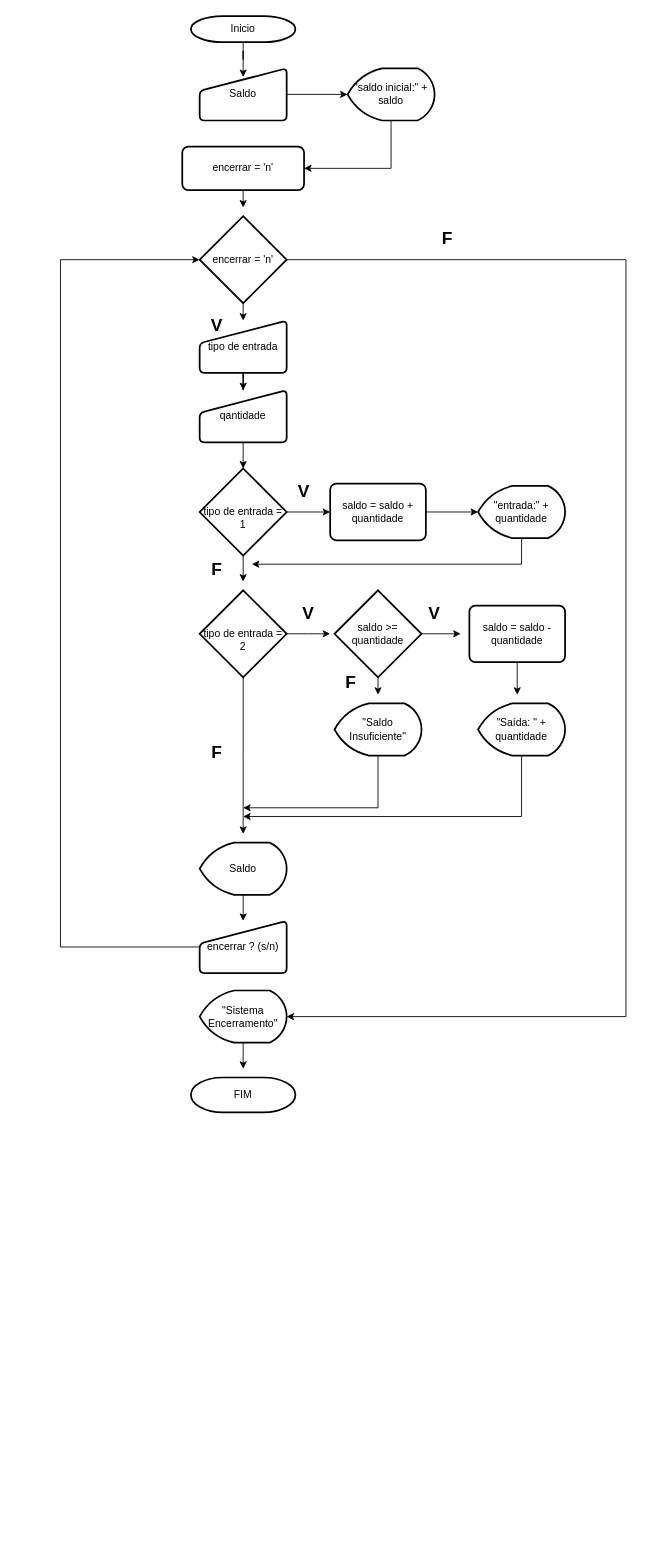
The draw.io diagram Diagrama sem nome.drawio in Brun0-ap/senai-fullstack-versoes, before the edit. Source tidied: cells renumbered, new cells numbered last; positions are measured from the earlier drawing's top-left corner, leaving out a move shared by most shapes. Both pictures are drawn from the tidied source at 87%, with x=0, y=0 at pixel (60, 16).
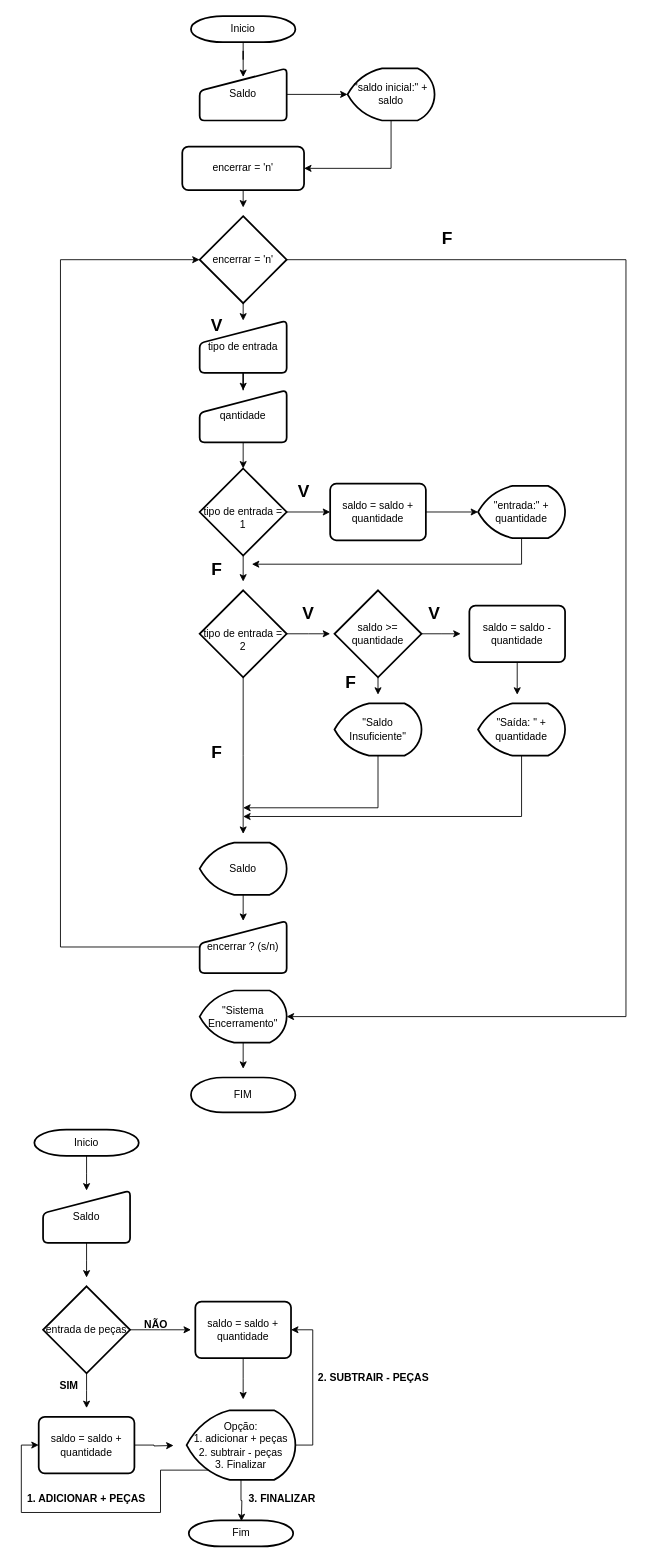
Above is the later version.

What changed in the source:
```diff
@@
+    <mxCell id="51" style="edgeStyle=orthogonalEdgeStyle;rounded=0;jettySize=auto;html=1;exitX=0.5;exitY=1;exitDx=0;exitDy=0;exitPerimeter=0;" parent="1" edge="1" source="52">
+      <mxGeometry relative="1" as="geometry">
+        <mxPoint x="30" y="1350" as="targetPoint" />
+      </mxGeometry>
+    </mxCell>
+    <mxCell id="52" value="Inicio" style="strokeWidth=2;html=1;shape=mxgraph.flowchart.terminator;whiteSpace=wrap;" parent="1" vertex="1">
+      <mxGeometry x="-30" y="1280" width="120" height="30" as="geometry" />
+    </mxCell>
+    <mxCell id="53" style="edgeStyle=orthogonalEdgeStyle;rounded=0;jettySize=auto;html=1;exitX=0.5;exitY=1;exitDx=0;exitDy=0;" parent="1" edge="1" source="54">
+      <mxGeometry relative="1" as="geometry">
+        <mxPoint x="30" y="1450" as="targetPoint" />
+      </mxGeometry>
+    </mxCell>
+    <mxCell id="54" value="Saldo" style="html=1;strokeWidth=2;shape=manualInput;whiteSpace=wrap;rounded=1;size=26;arcSize=11;" parent="1" vertex="1">
+      <mxGeometry x="-20" y="1350" width="100" height="60" as="geometry" />
+    </mxCell>
+    <mxCell id="55" style="edgeStyle=orthogonalEdgeStyle;rounded=0;jettySize=auto;html=1;" parent="1" edge="1" source="57">
+      <mxGeometry relative="1" as="geometry">
+        <mxPoint x="150" y="1510" as="targetPoint" />
+      </mxGeometry>
+    </mxCell>
+    <mxCell id="56" style="edgeStyle=orthogonalEdgeStyle;rounded=0;jettySize=auto;html=1;exitX=0.5;exitY=1;exitDx=0;exitDy=0;exitPerimeter=0;" parent="1" edge="1" source="57">
+      <mxGeometry relative="1" as="geometry">
+        <mxPoint x="30" y="1600" as="targetPoint" />
+      </mxGeometry>
+    </mxCell>
+    <mxCell id="57" value="entrada de peças" style="strokeWidth=2;html=1;shape=mxgraph.flowchart.decision;whiteSpace=wrap;" parent="1" vertex="1">
+      <mxGeometry x="-20" y="1460" width="100" height="100" as="geometry" />
+    </mxCell>
+    <mxCell id="58" style="edgeStyle=orthogonalEdgeStyle;rounded=0;jettySize=auto;html=1;exitX=0.5;exitY=1;exitDx=0;exitDy=0;" parent="1" edge="1" source="59">
+      <mxGeometry relative="1" as="geometry">
+        <mxPoint x="210" y="1590" as="targetPoint" />
+      </mxGeometry>
+    </mxCell>
+    <mxCell id="59" value="saldo = saldo + quantidade" style="rounded=1;whiteSpace=wrap;html=1;absoluteArcSize=1;arcSize=14;strokeWidth=2;" parent="1" vertex="1">
+      <mxGeometry x="155" y="1477.5" width="110" height="65" as="geometry" />
+    </mxCell>
+    <mxCell id="60" style="edgeStyle=orthogonalEdgeStyle;rounded=0;jettySize=auto;html=1;exitX=1;exitY=0.5;exitDx=0;exitDy=0;" parent="1" edge="1" source="61">
+      <mxGeometry relative="1" as="geometry">
+        <mxPoint x="130" y="1643" as="targetPoint" />
+      </mxGeometry>
+    </mxCell>
+    <mxCell id="61" value="saldo = saldo + quantidade" style="rounded=1;whiteSpace=wrap;html=1;absoluteArcSize=1;arcSize=14;strokeWidth=2;" parent="1" vertex="1">
+      <mxGeometry x="-25" y="1610" width="110" height="65" as="geometry" />
+    </mxCell>
+    <mxCell id="62" style="edgeStyle=orthogonalEdgeStyle;rounded=0;jettySize=auto;html=1;exitX=1;exitY=0.5;exitDx=0;exitDy=0;exitPerimeter=0;entryX=1;entryY=0.5;entryDx=0;entryDy=0;" parent="1" edge="1" source="65" target="59">
+      <mxGeometry relative="1" as="geometry" />
+    </mxCell>
+    <mxCell id="63" style="edgeStyle=orthogonalEdgeStyle;rounded=0;jettySize=auto;html=1;exitX=0.2;exitY=0.86;exitDx=0;exitDy=0;exitPerimeter=0;entryX=0;entryY=0.5;entryDx=0;entryDy=0;" parent="1" edge="1" source="65" target="61">
+      <mxGeometry relative="1" as="geometry">
+        <Array as="points">
+          <mxPoint x="115" y="1671" />
+          <mxPoint x="115" y="1720" />
+          <mxPoint x="-45" y="1720" />
+          <mxPoint x="-45" y="1643" />
+        </Array>
+      </mxGeometry>
+    </mxCell>
+    <mxCell id="64" style="edgeStyle=orthogonalEdgeStyle;rounded=0;jettySize=auto;html=1;exitX=0.5;exitY=1;exitDx=0;exitDy=0;exitPerimeter=0;" parent="1" edge="1" source="65">
+      <mxGeometry relative="1" as="geometry">
+        <mxPoint x="208" y="1730" as="targetPoint" />
+      </mxGeometry>
+    </mxCell>
+    <mxCell id="65" value="Opção:&lt;br&gt;1. adicionar + peças&lt;br&gt;2. subtrair - peças&lt;br&gt;3. Finalizar&lt;br&gt;" style="strokeWidth=2;html=1;shape=mxgraph.flowchart.display;whiteSpace=wrap;" parent="1" vertex="1">
+      <mxGeometry x="145" y="1602.5" width="125" height="80" as="geometry" />
+    </mxCell>
+    <mxCell id="66" value="Fim" style="strokeWidth=2;html=1;shape=mxgraph.flowchart.terminator;whiteSpace=wrap;" parent="1" vertex="1">
+      <mxGeometry x="147.5" y="1729" width="120" height="30" as="geometry" />
+    </mxCell>
+    <mxCell id="67" value="&lt;b&gt;NÃO&lt;/b&gt;" style="text;strokeColor=none;align=center;fillColor=none;html=1;verticalAlign=middle;whiteSpace=wrap;rounded=0;" parent="1" vertex="1">
+      <mxGeometry x="80" y="1490" width="60" height="30" as="geometry" />
+    </mxCell>
+    <mxCell id="68" value="&lt;b&gt;SIM&lt;br&gt;&lt;/b&gt;" style="text;strokeColor=none;align=center;fillColor=none;html=1;verticalAlign=middle;whiteSpace=wrap;rounded=0;" parent="1" vertex="1">
+      <mxGeometry x="-20" y="1560" width="60" height="30" as="geometry" />
+    </mxCell>
+    <mxCell id="69" value="&lt;b&gt;1. ADICIONAR + PEÇAS&lt;br&gt;&lt;/b&gt;" style="text;strokeColor=none;align=center;fillColor=none;html=1;verticalAlign=middle;whiteSpace=wrap;rounded=0;" parent="1" vertex="1">
+      <mxGeometry x="-40" y="1690" width="140" height="30" as="geometry" />
+    </mxCell>
+    <mxCell id="70" value="&lt;b&gt;2. SUBTRAIR - PEÇAS&lt;br&gt;&lt;/b&gt;" style="text;strokeColor=none;align=center;fillColor=none;html=1;verticalAlign=middle;whiteSpace=wrap;rounded=0;" parent="1" vertex="1">
+      <mxGeometry x="290" y="1550" width="140" height="30" as="geometry" />
+    </mxCell>
+    <mxCell id="71" value="&lt;b&gt;3. FINALIZAR&lt;br&gt;&lt;/b&gt;" style="text;strokeColor=none;align=center;fillColor=none;html=1;verticalAlign=middle;whiteSpace=wrap;rounded=0;" parent="1" vertex="1">
+      <mxGeometry x="210" y="1690" width="90" height="30" as="geometry" />
+    </mxCell>
```
